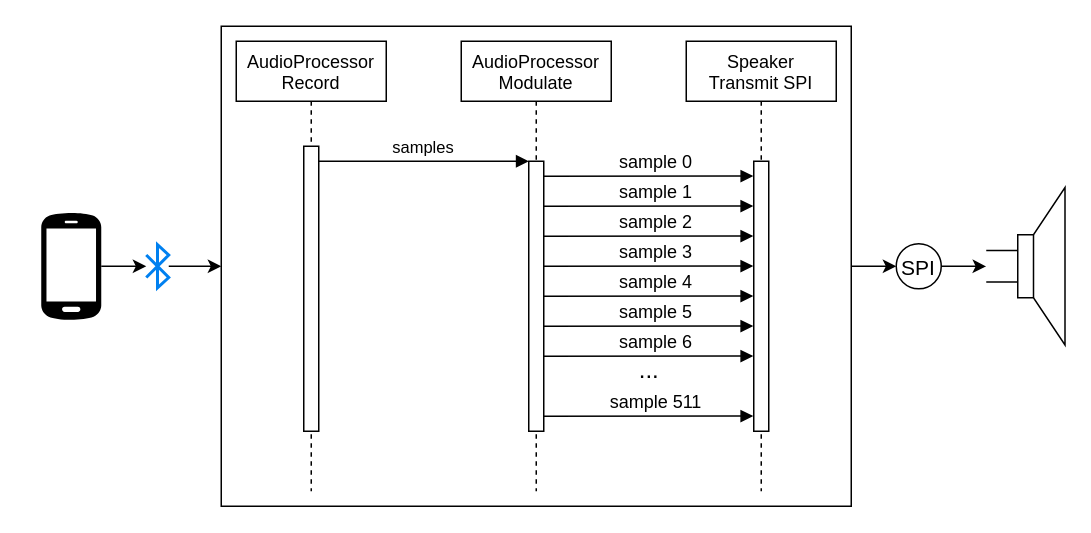
The draw.io diagram page "Audio Processing" (1 of 2) of software/software_structure.drawio in lufixSch/sound-laser, before the edit. Source tidied: cells renumbered, new cells numbered last; positions are measured from the earlier drawing's top-left corner, leaving out a move shared by most shapes. Both pictures are drawn from the tidied source at 150%, with x=0, y=0 at pixel (40, 26).
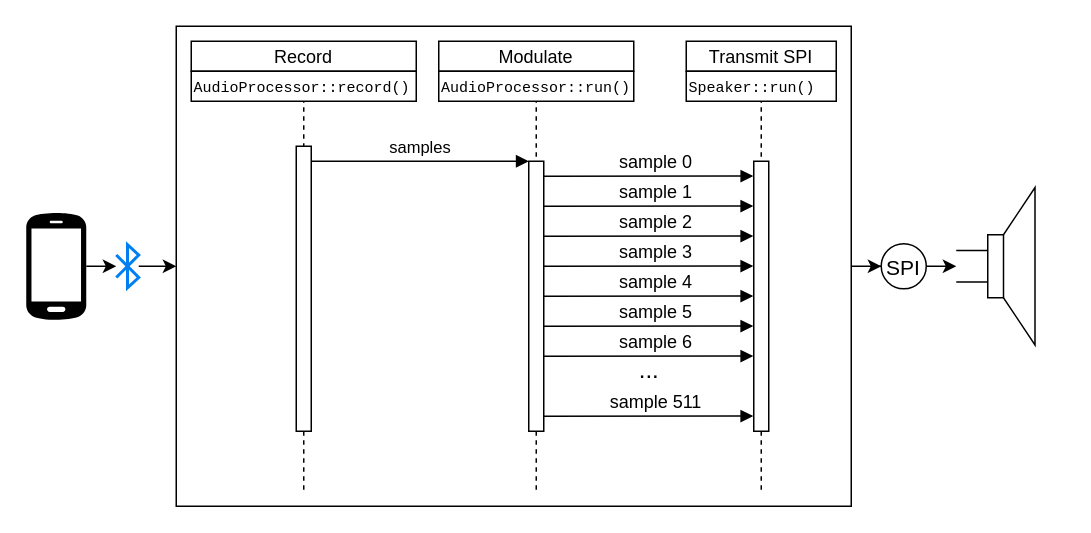
After the change.

Diff of the diagram source:
```diff
@@
-    <mxCell id="2" value="AudioProcessor&#10;Record" style="shape=umlLifeline;perimeter=lifelinePerimeter;rounded=0;shadow=0;strokeWidth=1;" parent="1" vertex="1">
-      <mxGeometry x="130" y="10" width="100" height="300" as="geometry" />
-    </mxCell>
-    <mxCell id="3" style="points=[];perimeter=orthogonalPerimeter;rounded=0;shadow=0;strokeWidth=1;" parent="2" vertex="1">
-      <mxGeometry x="45" y="70" width="10" height="190" as="geometry" />
-    </mxCell>
-    <mxCell id="4" value="AudioProcessor&#10;Modulate" style="shape=umlLifeline;perimeter=lifelinePerimeter;rounded=0;shadow=0;strokeWidth=1;" parent="1" vertex="1">
-      <mxGeometry x="280" y="10" width="100" height="300" as="geometry" />
-    </mxCell>
-    <mxCell id="5" style="points=[];perimeter=orthogonalPerimeter;rounded=0;shadow=0;strokeWidth=1;" parent="4" vertex="1">
-      <mxGeometry x="45" y="80" width="10" height="180" as="geometry" />
-    </mxCell>
+    <mxCell id="23" style="rounded=0;whiteSpace=wrap;html=1;fillColor=none;" parent="1" vertex="1">
+      <mxGeometry x="90" width="450" height="320" as="geometry" />
+    </mxCell>
@@
-    <mxCell id="7" value="Speaker&#10;Transmit SPI" style="shape=umlLifeline;perimeter=lifelinePerimeter;rounded=0;shadow=0;strokeWidth=1;" parent="1" vertex="1">
+    <mxCell id="7" value="Transmit SPI" style="shape=umlLifeline;perimeter=lifelinePerimeter;rounded=0;shadow=0;strokeWidth=1;size=20;" parent="1" vertex="1">
       <mxGeometry x="430" y="10" width="100" height="300" as="geometry" />
     </mxCell>
@@
+    <mxCell id="27" value="&lt;font style=&quot;font-size: 10px;&quot; face=&quot;Courier New&quot;&gt;Speaker::run()&lt;/font&gt;" style="rounded=0;whiteSpace=wrap;html=1;align=left;" parent="7" vertex="1">
+      <mxGeometry y="20" width="100" height="20" as="geometry" />
+    </mxCell>
@@
     <mxCell id="12" style="html=1;verticalLabelPosition=bottom;align=center;labelBackgroundColor=#ffffff;verticalAlign=top;strokeWidth=2;strokeColor=#0080F0;shadow=0;dashed=0;shape=mxgraph.ios7.icons.bluetooth;" parent="1" vertex="1">
-      <mxGeometry x="70" y="145.6" width="15" height="28.8" as="geometry" />
+      <mxGeometry x="50" y="145.6" width="15" height="28.8" as="geometry" />
     </mxCell>
@@
     <mxCell id="14" style="sketch=0;shadow=0;dashed=0;html=1;strokeColor=none;fillColor=#000000;labelPosition=center;verticalLabelPosition=bottom;verticalAlign=top;outlineConnect=0;align=center;shape=mxgraph.office.devices.cell_phone_android_proportional;" parent="1" vertex="1">
-      <mxGeometry y="123.5" width="40" height="72.9" as="geometry" />
+      <mxGeometry x="-10" y="123.5" width="40" height="72.9" as="geometry" />
     </mxCell>
@@
-    <mxCell id="23" style="rounded=0;whiteSpace=wrap;html=1;fillColor=none;" parent="1" vertex="1">
-      <mxGeometry x="120" width="420" height="320" as="geometry" />
-    </mxCell>
@@
     <mxCell id="25" value="SPI" style="ellipse;whiteSpace=wrap;html=1;fillColor=none;verticalAlign=middle;fontSize=14;spacingTop=1;spacingBottom=0;" parent="1" vertex="1">
-      <mxGeometry x="570" y="145" width="30" height="30" as="geometry" />
+      <mxGeometry x="560" y="145" width="30" height="30" as="geometry" />
     </mxCell>
     <mxCell id="26" style="verticalLabelPosition=bottom;shadow=0;dashed=0;align=center;html=1;verticalAlign=top;shape=mxgraph.electrical.electro-mechanical.loudspeaker;fillColor=none;" parent="1" vertex="1">
-      <mxGeometry x="630" y="107.5" width="52.5" height="105" as="geometry" />
+      <mxGeometry x="610" y="107.5" width="52.5" height="105" as="geometry" />
     </mxCell>
+    <mxCell id="28" style="group;" parent="1" vertex="1">
+      <mxGeometry x="100" y="10" width="150" height="300" as="geometry" />
+    </mxCell>
+    <mxCell id="2" value="Record" style="shape=umlLifeline;perimeter=lifelinePerimeter;rounded=0;shadow=0;strokeWidth=1;size=20;" parent="28" vertex="1">
+      <mxGeometry width="150" height="300" as="geometry" />
+    </mxCell>
+    <mxCell id="3" style="points=[];perimeter=orthogonalPerimeter;rounded=0;shadow=0;strokeWidth=1;" parent="2" vertex="1">
+      <mxGeometry x="70" y="70" width="10" height="190" as="geometry" />
+    </mxCell>
+    <mxCell id="29" value="&lt;font style=&quot;font-size: 10px;&quot; face=&quot;Courier New&quot;&gt;AudioProcessor::record()&lt;/font&gt;" style="rounded=0;whiteSpace=wrap;html=1;align=left;" parent="28" vertex="1">
+      <mxGeometry y="20" width="150" height="20" as="geometry" />
+    </mxCell>
+    <mxCell id="30" style="group;" parent="1" vertex="1">
+      <mxGeometry x="255" y="10" width="150" height="300" as="geometry" />
+    </mxCell>
+    <mxCell id="4" value="Modulate" style="shape=umlLifeline;perimeter=lifelinePerimeter;rounded=0;shadow=0;strokeWidth=1;size=20;" parent="30" vertex="1">
+      <mxGeometry x="10" width="130" height="300" as="geometry" />
+    </mxCell>
+    <mxCell id="5" style="points=[];perimeter=orthogonalPerimeter;rounded=0;shadow=0;strokeWidth=1;" parent="4" vertex="1">
+      <mxGeometry x="60" y="80" width="10" height="180" as="geometry" />
+    </mxCell>
+    <mxCell id="31" value="&lt;font style=&quot;font-size: 10px;&quot; face=&quot;Courier New&quot;&gt;AudioProcessor::run()&lt;/font&gt;" style="rounded=0;whiteSpace=wrap;html=1;align=left;" parent="30" vertex="1">
+      <mxGeometry x="10" y="20" width="130" height="20" as="geometry" />
+    </mxCell>
```
